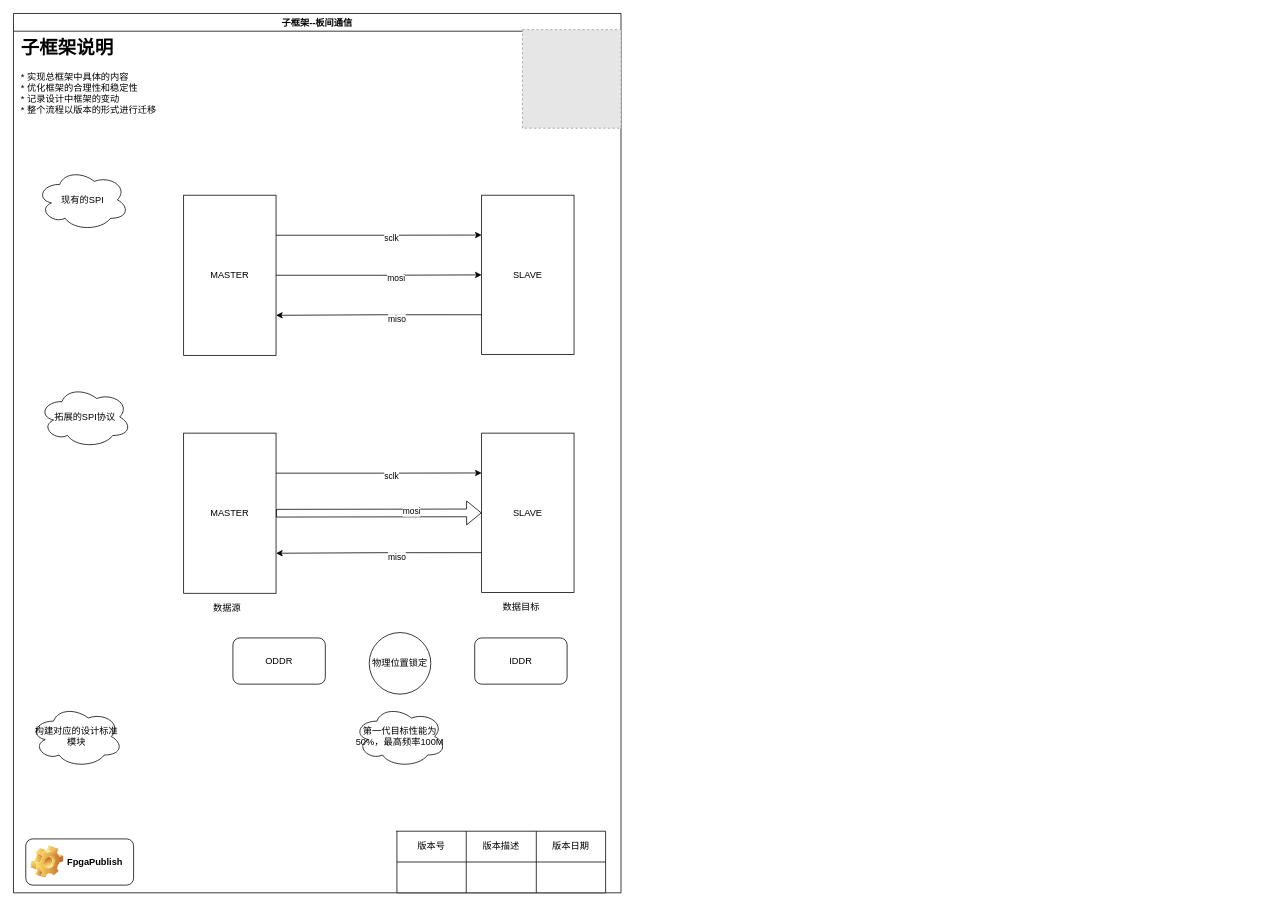
This is page "protocol_timing" (2 of 3) of smart_eye_uexec_flow/smart_eye_flow_manual.drawio from FpgaPublish/k2_smart_eye, a draw.io file, before an edit. Source tidied: cells renumbered, new cells numbered last; positions are measured from the earlier drawing's top-left corner, leaving out a move shared by most shapes. Both pictures are drawn from the tidied source at 77%, with x=0, y=0 at pixel (13, 13). Pictures stored in the file or linked from it are replaced by grey dashed boxes.
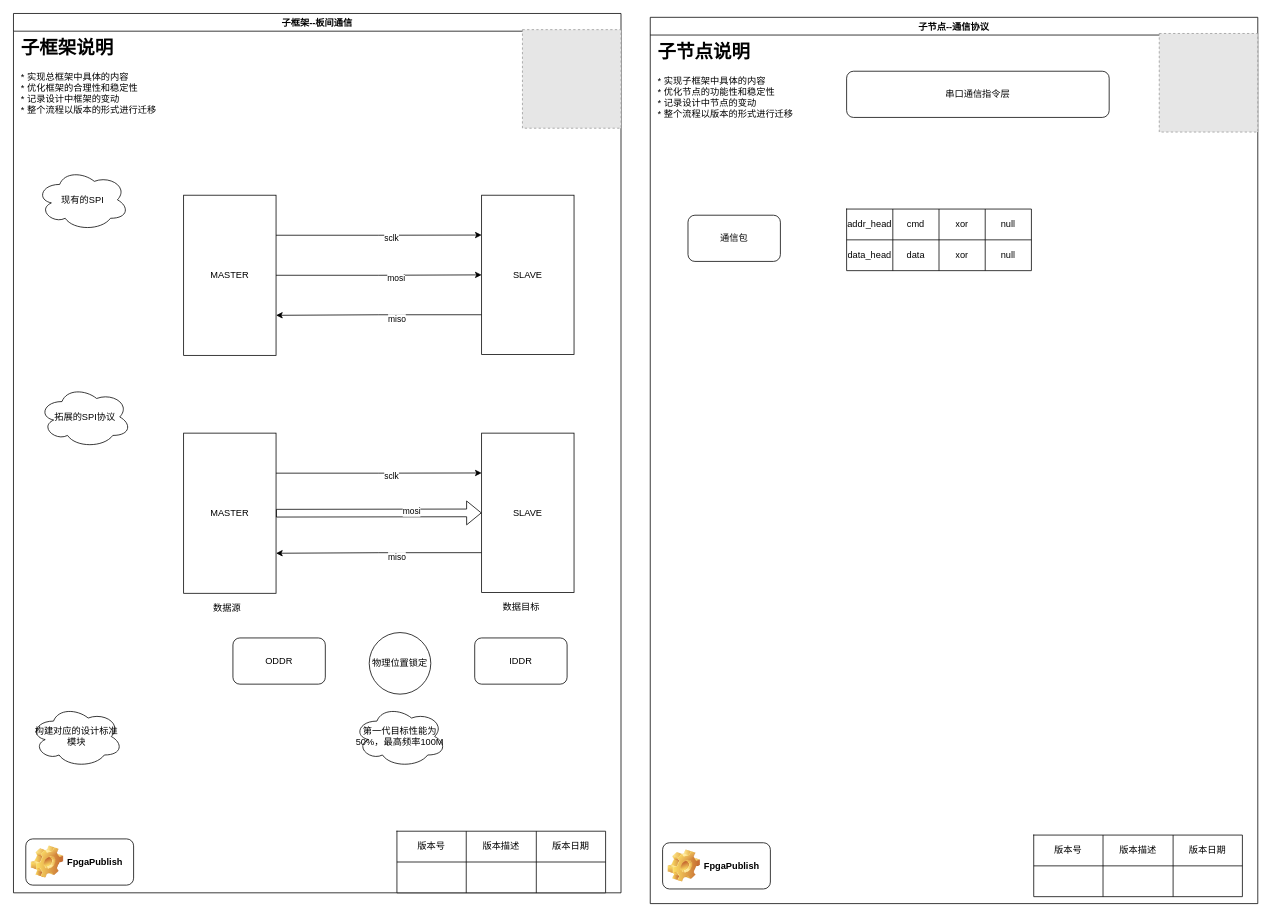
Above is the later version.

Diff of the diagram source:
```diff
@@
+    <mxCell id="40" value="子节点--通信协议" style="swimlane;startSize=23;" parent="1" vertex="1">
+      <mxGeometry x="827" y="5" width="789" height="1151" as="geometry" />
+    </mxCell>
+    <mxCell id="41" value="&lt;h1&gt;子节点说明&lt;/h1&gt;&lt;div&gt;* 实现子框架中具体的内容&lt;/div&gt;&lt;div&gt;* 优化节点的功能性和稳定性&lt;/div&gt;&lt;div&gt;* 记录设计中节点的变动&lt;/div&gt;&lt;div&gt;* 整个流程以版本的形式进行迁移&lt;/div&gt;" style="text;html=1;strokeColor=none;fillColor=none;spacing=5;spacingTop=-20;whiteSpace=wrap;overflow=hidden;rounded=0;" parent="40" vertex="1">
+      <mxGeometry x="5" y="25" width="190" height="120" as="geometry" />
+    </mxCell>
+    <mxCell id="42" style="fillColor=#E6E6E6;strokeColor=#999999;dashed=1;verticalLabelPosition=bottom;labelBackgroundColor=default;verticalAlign=top;" parent="40" vertex="1">
+      <mxGeometry x="661" y="21" width="128" height="128" as="geometry" />
+    </mxCell>
+    <mxCell id="43" style="shape=table;startSize=0;childLayout=tableLayout;" parent="40" vertex="1">
+      <mxGeometry x="498" y="1062" width="271" height="80" as="geometry" />
+    </mxCell>
+    <mxCell id="44" style="shape=tableRow;horizontal=0;startSize=0;swimlaneHead=0;swimlaneBody=0;top=0;left=0;bottom=0;right=0;fillColor=none;" parent="43" vertex="1">
+      <mxGeometry width="271" height="40" as="geometry" />
+    </mxCell>
+    <mxCell id="45" value="版本号" style="shape=partialRectangle;html=1;whiteSpace=wrap;overflow=hidden;fillColor=none;top=0;left=0;bottom=0;right=0;" parent="44" vertex="1">
+      <mxGeometry width="90" height="40" as="geometry" />
+    </mxCell>
+    <mxCell id="46" value="版本描述" style="shape=partialRectangle;html=1;whiteSpace=wrap;overflow=hidden;fillColor=none;top=0;left=0;bottom=0;right=0;" parent="44" vertex="1">
+      <mxGeometry x="90" width="91" height="40" as="geometry" />
+    </mxCell>
+    <mxCell id="47" value="版本日期" style="shape=partialRectangle;html=1;whiteSpace=wrap;overflow=hidden;fillColor=none;top=0;left=0;bottom=0;right=0;" parent="44" vertex="1">
+      <mxGeometry x="181" width="90" height="40" as="geometry" />
+    </mxCell>
+    <mxCell id="48" style="shape=tableRow;horizontal=0;startSize=0;swimlaneHead=0;swimlaneBody=0;top=0;left=0;bottom=0;right=0;fillColor=none;" parent="43" vertex="1">
+      <mxGeometry y="40" width="271" height="40" as="geometry" />
+    </mxCell>
+    <mxCell id="49" style="shape=partialRectangle;html=1;whiteSpace=wrap;overflow=hidden;fillColor=none;top=0;left=0;bottom=0;right=0;" parent="48" vertex="1">
+      <mxGeometry width="90" height="40" as="geometry" />
+    </mxCell>
+    <mxCell id="50" style="shape=partialRectangle;html=1;whiteSpace=wrap;overflow=hidden;fillColor=none;top=0;left=0;bottom=0;right=0;" parent="48" vertex="1">
+      <mxGeometry x="90" width="91" height="40" as="geometry" />
+    </mxCell>
+    <mxCell id="51" style="shape=partialRectangle;html=1;whiteSpace=wrap;overflow=hidden;fillColor=none;top=0;left=0;bottom=0;right=0;" parent="48" vertex="1">
+      <mxGeometry x="181" width="90" height="40" as="geometry" />
+    </mxCell>
+    <mxCell id="52" value="FpgaPublish" style="label;whiteSpace=wrap;html=1;image=img/clipart/Gear_128x128.png;" parent="40" vertex="1">
+      <mxGeometry x="16" y="1072" width="140" height="60" as="geometry" />
+    </mxCell>
+    <mxCell id="53" value="串口通信指令层" style="rounded=1;whiteSpace=wrap;html=1;" parent="40" vertex="1">
+      <mxGeometry x="255" y="70" width="341" height="60" as="geometry" />
+    </mxCell>
+    <mxCell id="54" style="shape=table;startSize=0;childLayout=tableLayout;" parent="40" vertex="1">
+      <mxGeometry x="255" y="249" width="240" height="80" as="geometry" />
+    </mxCell>
+    <mxCell id="55" style="shape=tableRow;horizontal=0;startSize=0;swimlaneHead=0;swimlaneBody=0;strokeColor=inherit;top=0;left=0;bottom=0;right=0;fillColor=none;" parent="54" vertex="1">
+      <mxGeometry width="240" height="40" as="geometry" />
+    </mxCell>
+    <mxCell id="56" value="addr_head" style="shape=partialRectangle;html=1;whiteSpace=wrap;strokeColor=inherit;overflow=hidden;fillColor=none;top=0;left=0;bottom=0;right=0;" parent="55" vertex="1">
+      <mxGeometry width="60" height="40" as="geometry" />
+    </mxCell>
+    <mxCell id="57" value="cmd" style="shape=partialRectangle;html=1;whiteSpace=wrap;strokeColor=inherit;overflow=hidden;fillColor=none;top=0;left=0;bottom=0;right=0;" parent="55" vertex="1">
+      <mxGeometry x="60" width="60" height="40" as="geometry" />
+    </mxCell>
+    <mxCell id="58" value="xor" style="shape=partialRectangle;html=1;whiteSpace=wrap;strokeColor=inherit;overflow=hidden;fillColor=none;top=0;left=0;bottom=0;right=0;" parent="55" vertex="1">
+      <mxGeometry x="120" width="60" height="40" as="geometry" />
+    </mxCell>
+    <mxCell id="59" value="null" style="shape=partialRectangle;html=1;whiteSpace=wrap;strokeColor=inherit;overflow=hidden;fillColor=none;top=0;left=0;bottom=0;right=0;" parent="55" vertex="1">
+      <mxGeometry x="180" width="60" height="40" as="geometry" />
+    </mxCell>
+    <mxCell id="60" style="shape=tableRow;horizontal=0;startSize=0;swimlaneHead=0;swimlaneBody=0;strokeColor=inherit;top=0;left=0;bottom=0;right=0;fillColor=none;" parent="54" vertex="1">
+      <mxGeometry y="40" width="240" height="40" as="geometry" />
+    </mxCell>
+    <mxCell id="61" value="data_head" style="shape=partialRectangle;html=1;whiteSpace=wrap;strokeColor=inherit;overflow=hidden;fillColor=none;top=0;left=0;bottom=0;right=0;" parent="60" vertex="1">
+      <mxGeometry width="60" height="40" as="geometry" />
+    </mxCell>
+    <mxCell id="62" value="data" style="shape=partialRectangle;html=1;whiteSpace=wrap;strokeColor=inherit;overflow=hidden;fillColor=none;top=0;left=0;bottom=0;right=0;" parent="60" vertex="1">
+      <mxGeometry x="60" width="60" height="40" as="geometry" />
+    </mxCell>
+    <mxCell id="63" value="xor" style="shape=partialRectangle;html=1;whiteSpace=wrap;strokeColor=inherit;overflow=hidden;fillColor=none;top=0;left=0;bottom=0;right=0;" parent="60" vertex="1">
+      <mxGeometry x="120" width="60" height="40" as="geometry" />
+    </mxCell>
+    <mxCell id="64" value="null" style="shape=partialRectangle;html=1;whiteSpace=wrap;strokeColor=inherit;overflow=hidden;fillColor=none;top=0;left=0;bottom=0;right=0;" parent="60" vertex="1">
+      <mxGeometry x="180" width="60" height="40" as="geometry" />
+    </mxCell>
+    <mxCell id="65" value="通信包" style="rounded=1;whiteSpace=wrap;html=1;" parent="40" vertex="1">
+      <mxGeometry x="49" y="257" width="120" height="60" as="geometry" />
+    </mxCell>
```
